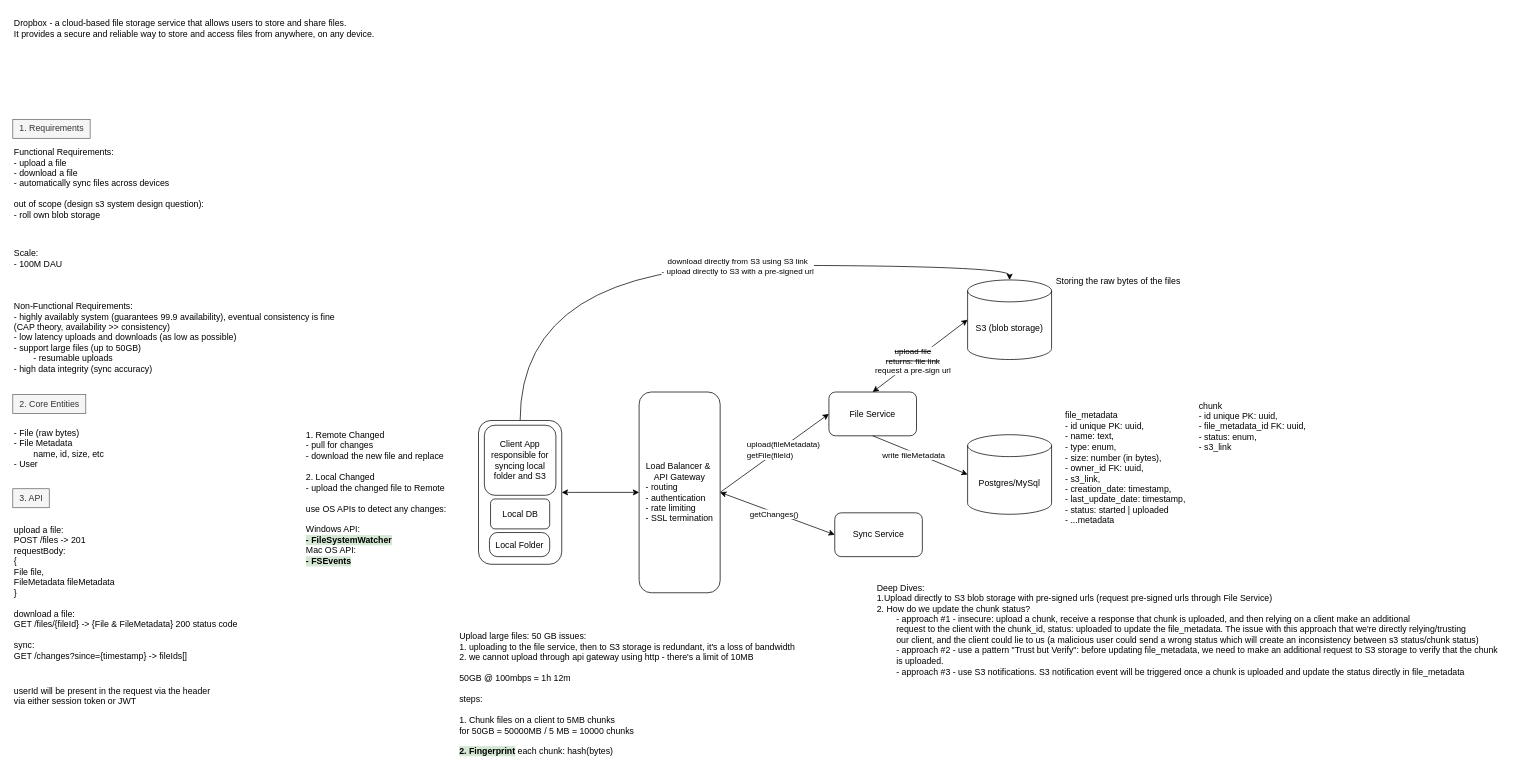
Above: page "dropbox" (3 of 4) of system_design.drawio in lacrimae/system_design_practice (draw.io), before the change. Source tidied: cells renumbered, new cells numbered last; positions are measured from the earlier drawing's top-left corner, leaving out a move shared by most shapes. Both pictures are drawn from the tidied source at 73%, with x=0, y=0 at pixel (12, 12).
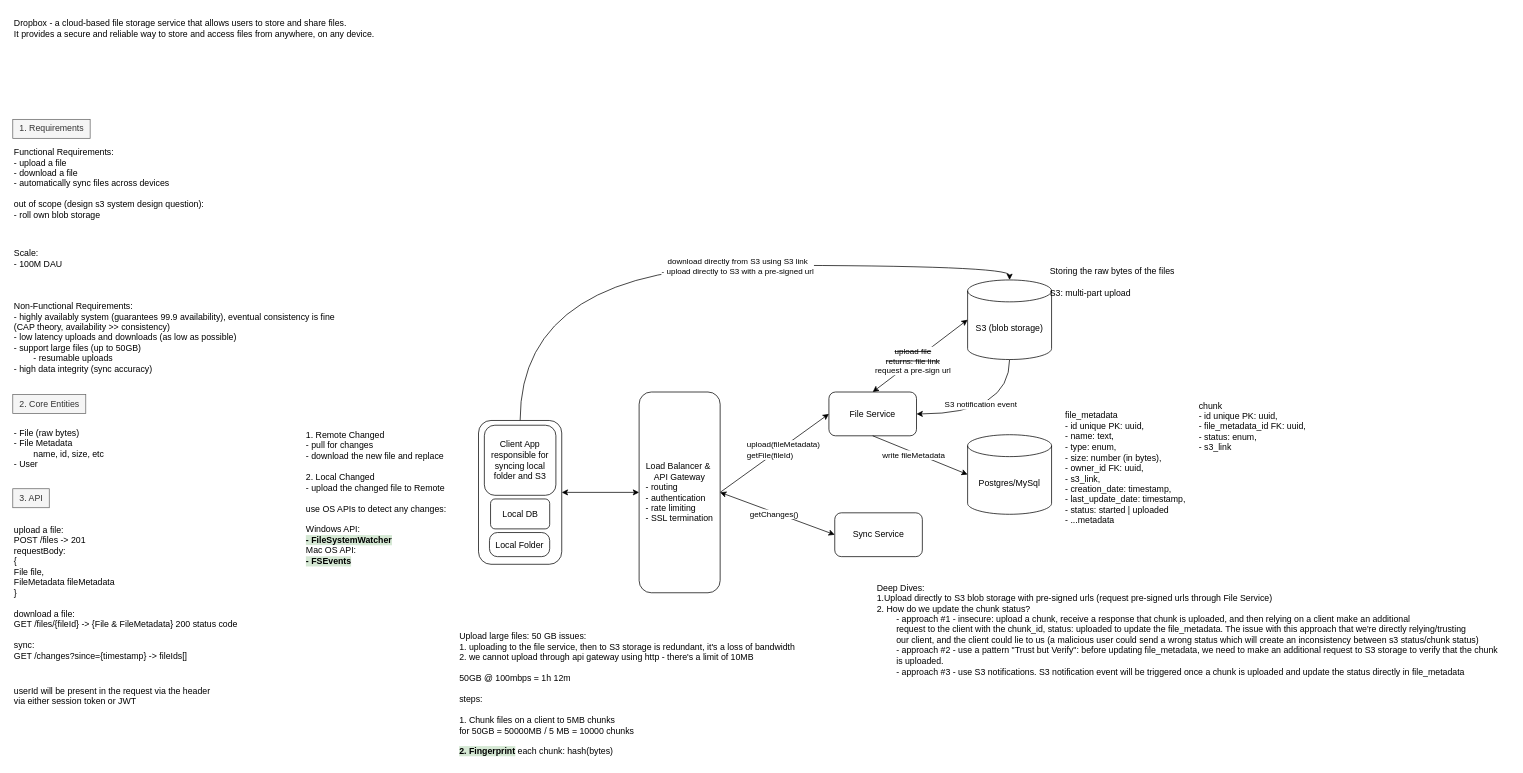
The same page after the edit.

Unchanged cells that the change refers to:
```xml
<mxCell id="13" value="File Service" style="rounded=1;whiteSpace=wrap;html=1;" parent="1" vertex="1">
  <mxGeometry x="1118" y="519.5" width="120" height="60" as="geometry" />
</mxCell>
<mxCell id="22" value="S3 (blob storage)" style="shape=cylinder3;whiteSpace=wrap;html=1;boundedLbl=1;backgroundOutline=1;size=15;" parent="1" vertex="1">
  <mxGeometry x="1308" y="366" width="115" height="109" as="geometry" />
</mxCell>
```

The edit, as a diff of the source:
```diff
@@
+    <mxCell id="38" style="edgeStyle=orthogonalEdgeStyle;rounded=0;jettySize=auto;html=1;exitX=0.5;exitY=1;exitDx=0;exitDy=0;exitPerimeter=0;entryX=1;entryY=0.5;entryDx=0;entryDy=0;curved=1;" parent="1" edge="1" source="22" target="13">
+      <mxGeometry relative="1" as="geometry" />
+    </mxCell>
+    <mxCell id="39" value="S3 notification event" style="edgeLabel;html=1;align=center;verticalAlign=middle;" parent="38" vertex="1">
+      <mxGeometry x="0.14" y="-13" relative="1" as="geometry" />
+    </mxCell>
@@
-    <mxCell id="29" value="Storing the raw bytes of the files" style="text;html=1;align=center;verticalAlign=middle;strokeColor=none;fillColor=none;" parent="1" vertex="1">
-      <mxGeometry x="1419" y="355" width="189" height="26" as="geometry" />
+    <mxCell id="29" value="Storing the raw bytes of the files&lt;div&gt;&lt;br&gt;&lt;/div&gt;&lt;div&gt;S3: multi-part upload&lt;/div&gt;" style="text;html=1;align=left;verticalAlign=middle;strokeColor=none;fillColor=none;" parent="1" vertex="1">
+      <mxGeometry x="1419" y="341" width="189" height="55" as="geometry" />
     </mxCell>
```
